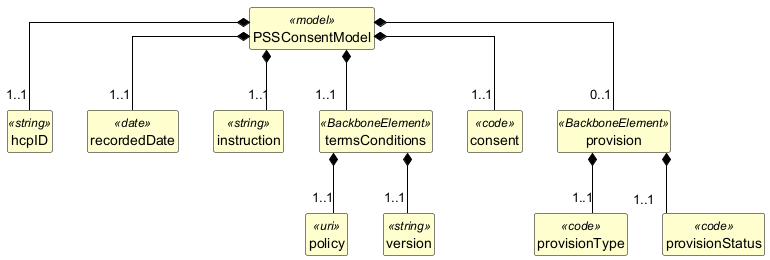
Before: exports/diagrams/PSSConsentModel-uml.png, a diagram exported from PlantUML (caresets/caresets-src).
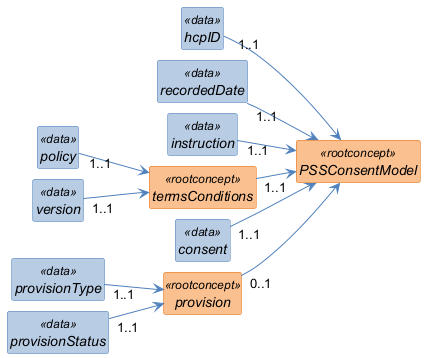
The same diagram one commit later.

Change to the diagram source:
```diff
@@ -1,58 +1,65 @@
 @startuml
+left to right direction
 skinparam shadowing false
+skinparam nodesep 10
+skinparam ranksep 40
 skinparam classAttributeIconSize 0
-skinparam linetype ortho
 skinparam class {
-  BackgroundColor #FEFECE
-  BorderColor #000000
-  ArrowColor #000000
-  FontStyle bold
-  AttributeFontStyle normal
+  FontStyle italic
+  BackgroundColor<<rootconcept>> #FAC08F
+  BorderColor<<rootconcept>> #E36C0A
+  BackgroundColor<<data>> #B8CCE4
+  BorderColor<<data>> #4F81BD
+  BackgroundColor<<reference>> #D9D9D9
+  BorderColor<<reference>> #808080
+  BackgroundColor<<value set>> #C3D69B
+  BorderColor<<value set>> #77933C
+  ArrowColor #4F81BD
 }
 hide circle
 hide empty members
 
-class "PSSConsentModel" as PSSConsentModel <<model>> {
+class "PSSConsentModel" as PSSConsentModel <<rootconcept>> {
 }
 
-class "hcpID" as PSSConsentModel_hcpID <<string>> {
+class "hcpID" as PSSConsentModel_hcpID <<data>> {
 }
 
-class "recordedDate" as PSSConsentModel_recordedDate <<date>> {
+class "recordedDate" as PSSConsentModel_recordedDate <<data>> {
 }
 
-class "instruction" as PSSConsentModel_instruction <<string>> {
+class "instruction" as PSSConsentModel_instruction <<data>> {
 }
 
-class "termsConditions" as PSSConsentModel_termsConditions <<BackboneElement>> {
+class "termsConditions" as PSSConsentModel_termsConditions <<rootconcept>> {
 }
 
-class "policy" as PSSConsentModel_termsConditions_policy <<uri>> {
+class "policy" as PSSConsentModel_termsConditions_policy <<data>> {
 }
 
-class "version" as PSSConsentModel_termsConditions_version <<string>> {
+class "version" as PSSConsentModel_termsConditions_version <<data>> {
 }
 
-class "consent" as PSSConsentModel_consent <<code>> {
+class "consent" as PSSConsentModel_consent <<data>> {
 }
 
-class "provision" as PSSConsentModel_provision <<BackboneElement>> {
+class "provision" as PSSConsentModel_provision <<rootconcept>> {
 }
 
-class "provisionType" as PSSConsentModel_provision_provisionType <<code>> {
+class "provisionType" as PSSConsentModel_provision_provisionType <<data>> {
 }
 
-class "provisionStatus" as PSSConsentModel_provision_provisionStatus <<code>> {
+class "provisionStatus" as PSSConsentModel_provision_provisionStatus <<data>> {
 }
 
-PSSConsentModel *-- "1..1" PSSConsentModel_hcpID
-PSSConsentModel *-- "1..1" PSSConsentModel_recordedDate
-PSSConsentModel *-- "1..1" PSSConsentModel_instruction
-PSSConsentModel *-- "1..1" PSSConsentModel_termsConditions
-PSSConsentModel_termsConditions *-- "1..1" PSSConsentModel_termsConditions_policy
-PSSConsentModel_termsConditions *-- "1..1" PSSConsentModel_termsConditions_version
-PSSConsentModel *-- "1..1" PSSConsentModel_consent
-PSSConsentModel *-- "0..1" PSSConsentModel_provision
-PSSConsentModel_provision *-- "1..1" PSSConsentModel_provision_provisionType
-PSSConsentModel_provision *-- "1..1" PSSConsentModel_provision_provisionStatus
+PSSConsentModel_hcpID "1..1" --> PSSConsentModel
+PSSConsentModel_recordedDate "1..1" --> PSSConsentModel
+PSSConsentModel_instruction "1..1" --> PSSConsentModel
+PSSConsentModel_termsConditions "1..1" --> PSSConsentModel
+PSSConsentModel_termsConditions_policy "1..1" --> PSSConsentModel_termsConditions
+PSSConsentModel_termsConditions_version "1..1" --> PSSConsentModel_termsConditions
+PSSConsentModel_consent "1..1" --> PSSConsentModel
+PSSConsentModel_provision "0..1" --> PSSConsentModel
+PSSConsentModel_provision_provisionType "1..1" --> PSSConsentModel_provision
+PSSConsentModel_provision_provisionStatus "1..1" --> PSSConsentModel_provision
 @enduml
```
